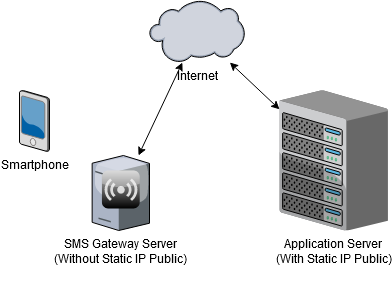
The draw.io diagram sms-gateway.png in kamshory/PHPMessageBroker, before a commit. Source tidied: cells renumbered, new cells last; positions are measured from the earlier drawing's top-left corner, leaving out a move shared by most shapes.
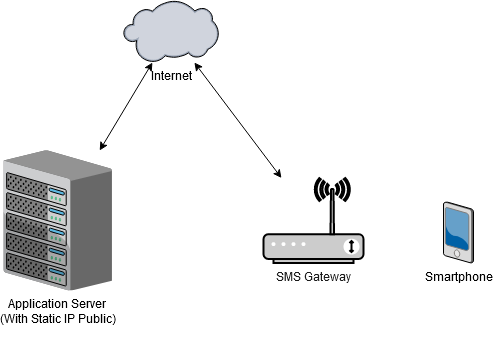
The same file after the commit.

Change to the diagram source:
```diff
@@ -3,25 +3,22 @@
     <mxCell id="0" />
     <mxCell id="1" parent="0" />
     <mxCell id="2" value="&lt;div&gt;Application Server &lt;br&gt;&lt;/div&gt;&lt;div&gt;(With Static IP Public)&lt;/div&gt;&lt;div&gt;&lt;br&gt;&lt;/div&gt;" style="verticalLabelPosition=bottom;html=1;verticalAlign=top;strokeColor=none;align=center;outlineConnect=0;shape=mxgraph.citrix.chassis;" parent="1" vertex="1">
-      <mxGeometry x="260" y="90" width="108.5" height="140" as="geometry" />
+      <mxGeometry x="200" y="80" width="108.5" height="140" as="geometry" />
     </mxCell>
     <mxCell id="3" value="Smartphone" style="verticalLabelPosition=bottom;html=1;verticalAlign=top;strokeColor=none;align=center;shape=mxgraph.citrix.pda;" parent="1" vertex="1">
-      <mxGeometry y="90" width="30" height="61" as="geometry" />
+      <mxGeometry x="640" y="131.5" width="30" height="61" as="geometry" />
     </mxCell>
     <mxCell id="4" value="Internet" style="verticalLabelPosition=bottom;html=1;verticalAlign=top;strokeColor=none;align=center;outlineConnect=0;shape=mxgraph.citrix.cloud;" parent="1" vertex="1">
-      <mxGeometry x="130" width="95" height="62" as="geometry" />
+      <mxGeometry x="320" y="-70" width="95" height="62" as="geometry" />
     </mxCell>
-    <mxCell id="5" value="&lt;div&gt;SMS Gateway Server&lt;/div&gt;&lt;div&gt;(Without Static IP Public)&lt;br&gt;&lt;/div&gt;" style="verticalLabelPosition=bottom;html=1;verticalAlign=top;strokeColor=none;align=center;outlineConnect=0;shape=mxgraph.citrix.license_server;" parent="1" vertex="1">
-      <mxGeometry x="72.6" y="155" width="57.4" height="75" as="geometry" />
+    <mxCell id="5" style="endArrow=classic;startArrow=classic;html=1;" parent="1" edge="1" source="7" target="4">
+      <mxGeometry relative="1" as="geometry" />
     </mxCell>
-    <mxCell id="6" style="verticalLabelPosition=bottom;html=1;verticalAlign=top;strokeColor=none;align=center;shape=mxgraph.citrix.role_repeater;fillColor=#CCCCCC;gradientColor=#000000;gradientDirection=south;" parent="1" vertex="1">
-      <mxGeometry x="82.3" y="170" width="38" height="38" as="geometry" />
+    <mxCell id="6" style="endArrow=classic;startArrow=classic;html=1;" parent="1" edge="1" source="2" target="4">
+      <mxGeometry relative="1" as="geometry" />
     </mxCell>
-    <mxCell id="7" style="endArrow=classic;startArrow=classic;html=1;" parent="1" edge="1" source="5" target="4">
-      <mxGeometry relative="1" as="geometry" />
+    <mxCell id="7" value="&lt;font color=&quot;#1A1A1A&quot;&gt;SMS Gateway&lt;/font&gt;" style="fontColor=#0066CC;verticalAlign=top;verticalLabelPosition=bottom;labelPosition=center;align=center;html=1;outlineConnect=0;fillColor=#CCCCCC;gradientColor=none;gradientDirection=north;strokeWidth=2;shape=mxgraph.networks.wireless_modem;" parent="1" vertex="1">
+      <mxGeometry x="460" y="107.5" width="100" height="85" as="geometry" />
     </mxCell>
-    <mxCell id="8" style="endArrow=classic;startArrow=classic;html=1;" parent="1" edge="1" source="2" target="4">
-      <mxGeometry relative="1" as="geometry" />
-    </mxCell>
   </root>
 </mxGraphModel>
```
